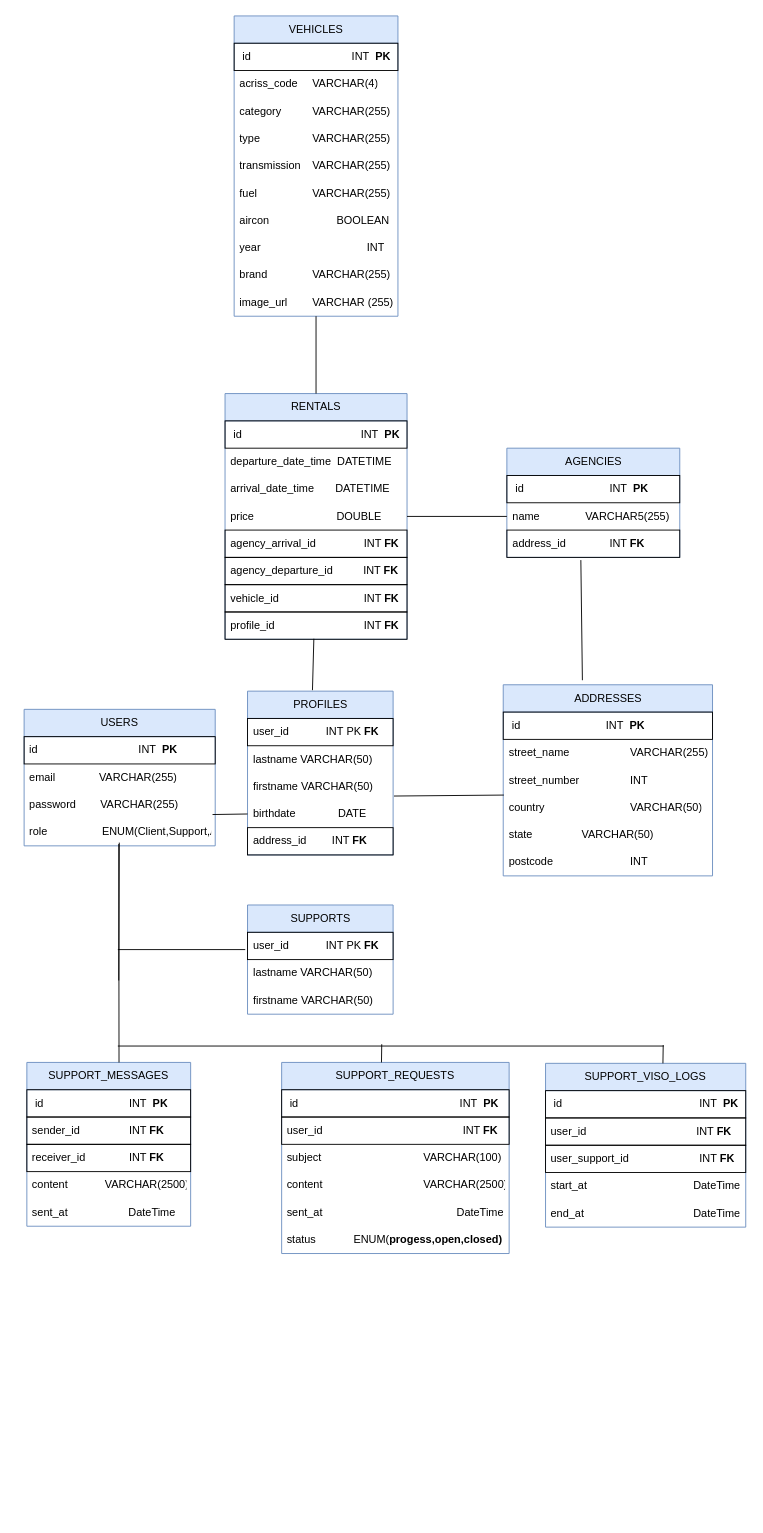
Above: diagram/diagramme-db.drawio in axelker/your-car-your-way-oc-13 (draw.io), before the change. Source tidied: cells renumbered, new cells numbered last; positions are measured from the earlier drawing's top-left corner, leaving out a move shared by most shapes. Both pictures are drawn from the tidied source at 91%, with x=0, y=0 at pixel (24, 15).
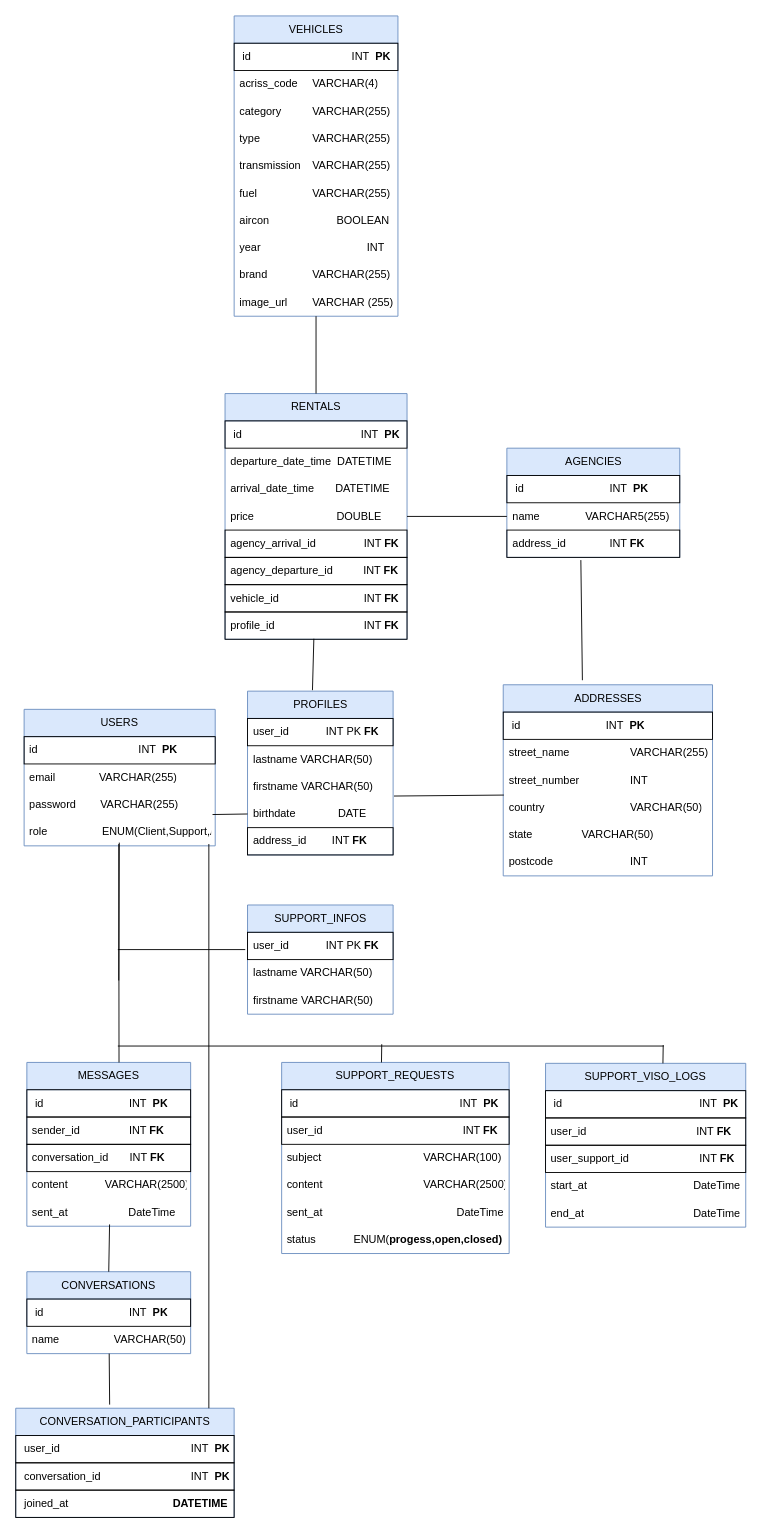
Above is the later version.

Unchanged cells that the change refers to:
```xml
<mxCell id="27" value="sent_at&amp;nbsp; &amp;nbsp; &amp;nbsp; &amp;nbsp; &amp;nbsp; &amp;nbsp; &amp;nbsp; &amp;nbsp; &amp;nbsp; &amp;nbsp;&amp;nbsp;&lt;span style=&quot;white-space: pre;&quot;&gt;DateTime&lt;/span&gt;" style="text;strokeColor=none;fillColor=none;align=left;verticalAlign=middle;spacingLeft=4;spacingRight=4;overflow=hidden;points=[[0,0.5],[1,0.5]];portConstraint=eastwest;whiteSpace=wrap;html=1;" parent="22" vertex="1">
  <mxGeometry y="150" width="180" height="30" as="geometry" />
</mxCell>
```

Diff of the diagram source:
```diff
@@
-    <mxCell id="22" value="SUPPORT_MESSAGES" style="swimlane;fontStyle=0;horizontal=1;startSize=30;whiteSpace=wrap;html=1;fillColor=#dae8fc;strokeColor=#6c8ebf;" parent="1" vertex="1">
+    <mxCell id="22" value="MESSAGES" style="swimlane;fontStyle=0;horizontal=1;startSize=30;whiteSpace=wrap;html=1;fillColor=#dae8fc;strokeColor=#6c8ebf;" parent="1" vertex="1">
       <mxGeometry x="3" y="1150" width="180" height="180" as="geometry" />
     </mxCell>
@@
-    <mxCell id="25" value="receiver_id&lt;span style=&quot;white-space: pre;&quot;&gt;&#9;&lt;span style=&quot;white-space: pre;&quot;&gt;&#9;&lt;/span&gt;&lt;/span&gt;INT &lt;b&gt;FK&lt;/b&gt;" style="text;strokeColor=default;fillColor=none;align=left;verticalAlign=middle;spacingLeft=4;spacingRight=4;overflow=hidden;whiteSpace=wrap;html=1;perimeterSpacing=1;" parent="22" vertex="1">
-      <mxGeometry y="90" width="180" height="30" as="geometry" />
-    </mxCell>
+    <mxCell id="79" value="conversation_id&lt;span style=&quot;white-space: pre;&quot;&gt;       &lt;/span&gt;INT &lt;b&gt;FK&lt;/b&gt;" style="text;strokeColor=default;fillColor=none;align=left;verticalAlign=middle;spacingLeft=4;spacingRight=4;overflow=hidden;whiteSpace=wrap;html=1;perimeterSpacing=1;" parent="22" vertex="1">
+      <mxGeometry y="90" width="180" height="30" as="geometry" />
+    </mxCell>
@@
-    <mxCell id="63" value="SUPPORTS" style="swimlane;fontStyle=0;horizontal=1;startSize=30;whiteSpace=wrap;html=1;fillColor=#dae8fc;strokeColor=#6c8ebf;" parent="1" vertex="1">
+    <mxCell id="63" value="SUPPORT_INFOS" style="swimlane;fontStyle=0;horizontal=1;startSize=30;whiteSpace=wrap;html=1;fillColor=#dae8fc;strokeColor=#6c8ebf;" parent="1" vertex="1">
       <mxGeometry x="245.5" y="977" width="160" height="120" as="geometry" />
     </mxCell>
@@
+    <mxCell id="80" value="CONVERSATIONS" style="swimlane;fontStyle=0;horizontal=1;startSize=30;whiteSpace=wrap;html=1;fillColor=#dae8fc;strokeColor=#6c8ebf;" parent="1" vertex="1">
+      <mxGeometry x="3" y="1380" width="180" height="90" as="geometry" />
+    </mxCell>
+    <mxCell id="81" value="&amp;nbsp;id &lt;span style=&quot;white-space: pre;&quot;&gt;&#9;&lt;/span&gt;&lt;span style=&quot;white-space: pre;&quot;&gt;&#9;&lt;/span&gt;&lt;span style=&quot;white-space: pre;&quot;&gt;&#9;&lt;span style=&quot;white-space: pre;&quot;&gt;&#9;&lt;/span&gt;&lt;/span&gt;INT&amp;nbsp; &lt;b&gt;PK&lt;/b&gt;" style="text;strokeColor=default;fillColor=none;align=left;verticalAlign=middle;spacingLeft=4;spacingRight=4;overflow=hidden;whiteSpace=wrap;html=1;perimeterSpacing=1;" parent="80" vertex="1">
+      <mxGeometry y="30" width="180" height="30" as="geometry" />
+    </mxCell>
+    <mxCell id="82" value="name&amp;nbsp; &amp;nbsp; &lt;span style=&quot;white-space: pre;&quot;&gt;&#9;&lt;/span&gt;&lt;span style=&quot;white-space: pre;&quot;&gt;&#9;&lt;/span&gt;&amp;nbsp; &amp;nbsp;VARCHAR(50)" style="text;strokeColor=none;fillColor=none;align=left;verticalAlign=middle;spacingLeft=4;spacingRight=4;overflow=hidden;whiteSpace=wrap;html=1;perimeterSpacing=1;" parent="80" vertex="1">
+      <mxGeometry y="60" width="180" height="30" as="geometry" />
+    </mxCell>
+    <mxCell id="83" value="CONVERSATION_PARTICIPANTS" style="swimlane;fontStyle=0;horizontal=1;startSize=30;whiteSpace=wrap;html=1;fillColor=#dae8fc;strokeColor=#6c8ebf;" parent="1" vertex="1">
+      <mxGeometry x="-9.2" y="1530" width="240" height="120" as="geometry" />
+    </mxCell>
+    <mxCell id="84" value="&amp;nbsp;user_id&amp;nbsp;&lt;span style=&quot;white-space: pre;&quot;&gt;&#9;&lt;/span&gt;&lt;span style=&quot;white-space: pre;&quot;&gt;&#9;&lt;/span&gt;&lt;span style=&quot;white-space: pre;&quot;&gt;&#9;&lt;span style=&quot;white-space: pre;&quot;&gt;&#9;&lt;span style=&quot;white-space: pre;&quot;&gt;&#9;&lt;/span&gt;&lt;span style=&quot;white-space: pre;&quot;&gt;&#9;&lt;/span&gt;&lt;/span&gt;&lt;/span&gt;INT&amp;nbsp; &lt;b&gt;PK&lt;/b&gt;" style="text;strokeColor=default;fillColor=none;align=left;verticalAlign=middle;spacingLeft=4;spacingRight=4;overflow=hidden;whiteSpace=wrap;html=1;perimeterSpacing=1;" parent="83" vertex="1">
+      <mxGeometry y="30" width="240" height="30" as="geometry" />
+    </mxCell>
+    <mxCell id="85" value="&amp;nbsp;conversation_id&lt;span style=&quot;white-space: pre;&quot;&gt;&#9;&lt;span style=&quot;white-space: pre;&quot;&gt;&#9;&lt;span style=&quot;white-space: pre;&quot;&gt;&#9;&lt;/span&gt;&lt;span style=&quot;white-space: pre;&quot;&gt;&#9;&lt;/span&gt;&lt;/span&gt;&lt;/span&gt;INT&amp;nbsp; &lt;b&gt;PK&lt;/b&gt;" style="text;strokeColor=default;fillColor=none;align=left;verticalAlign=middle;spacingLeft=4;spacingRight=4;overflow=hidden;whiteSpace=wrap;html=1;perimeterSpacing=1;" parent="83" vertex="1">
+      <mxGeometry y="60" width="240" height="30" as="geometry" />
+    </mxCell>
+    <mxCell id="86" value="&amp;nbsp;joined_at &lt;span style=&quot;white-space: pre;&quot;&gt;&#9;&lt;/span&gt;&lt;span style=&quot;white-space: pre;&quot;&gt;&#9;&lt;/span&gt;&lt;span style=&quot;white-space: pre;&quot;&gt;&#9;&lt;span style=&quot;white-space: pre;&quot;&gt;&#9;&lt;/span&gt;  &lt;/span&gt;&lt;b&gt;DATETIME&lt;/b&gt;" style="text;strokeColor=default;fillColor=none;align=left;verticalAlign=middle;spacingLeft=4;spacingRight=4;overflow=hidden;whiteSpace=wrap;html=1;perimeterSpacing=1;" parent="83" vertex="1">
+      <mxGeometry y="90" width="240" height="30" as="geometry" />
+    </mxCell>
+    <mxCell id="87" style="endArrow=none;html=1;exitX=0.5;exitY=0;exitDx=0;exitDy=0;entryX=0.505;entryY=0.935;entryDx=0;entryDy=0;entryPerimeter=0;" parent="1" edge="1" source="80" target="27">
+      <mxGeometry relative="1" as="geometry" />
+    </mxCell>
+    <mxCell id="88" style="endArrow=none;html=1;" parent="1" edge="1">
+      <mxGeometry relative="1" as="geometry">
+        <mxPoint x="203" y="910" as="sourcePoint" />
+        <mxPoint x="203" y="1530" as="targetPoint" />
+      </mxGeometry>
+    </mxCell>
+    <mxCell id="89" style="endArrow=none;html=1;exitX=0.43;exitY=-0.033;exitDx=0;exitDy=0;entryX=0.505;entryY=0.935;entryDx=0;entryDy=0;entryPerimeter=0;exitPerimeter=0;" parent="1" edge="1" source="83">
+      <mxGeometry relative="1" as="geometry">
+        <mxPoint x="93.5" y="1470" as="targetPoint" />
+      </mxGeometry>
+    </mxCell>
```
